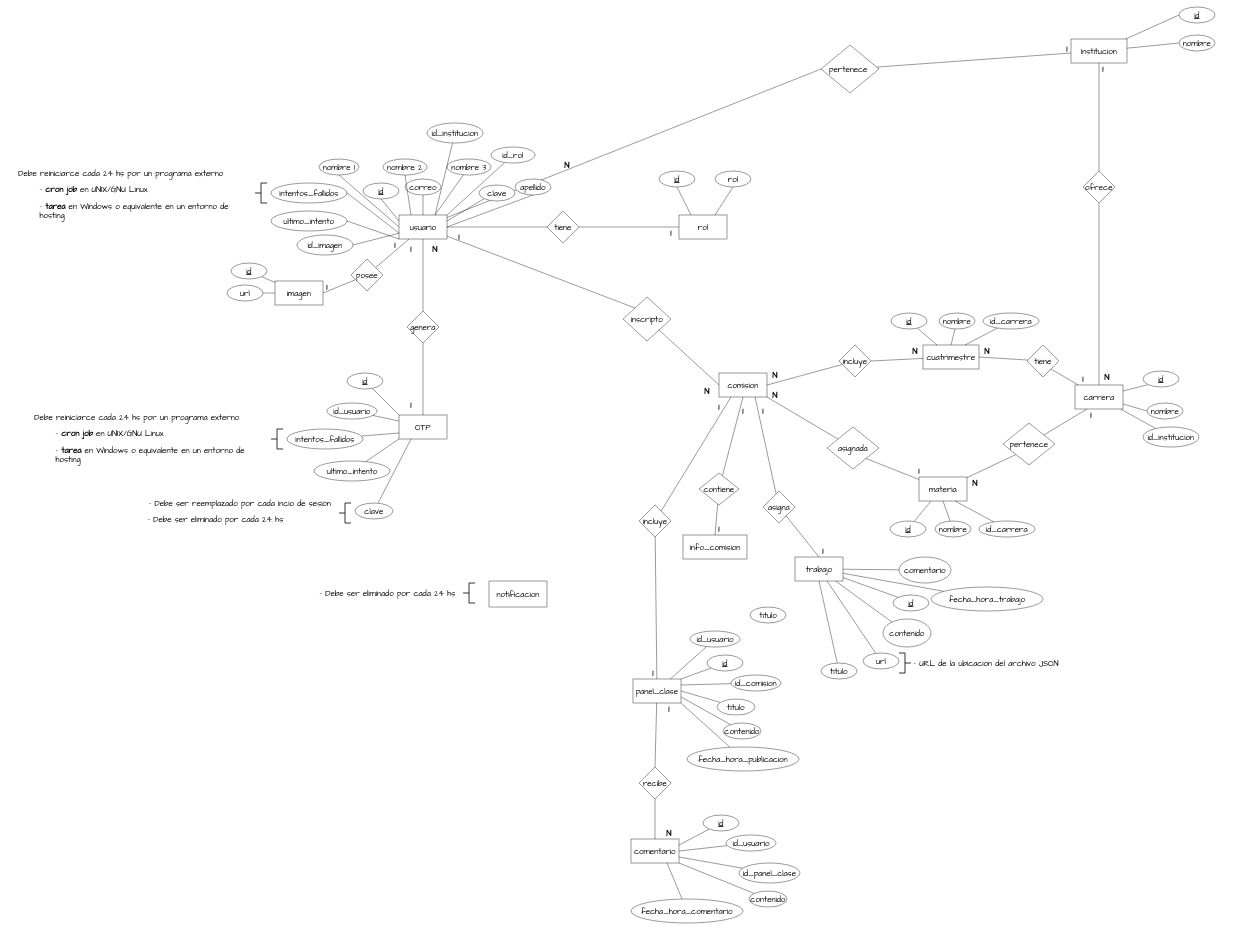
Above: der.drawio in pr1mus-h4ck/diagramas (draw.io), before the change. Source tidied: cells renumbered, new cells numbered last; positions are measured from the earlier drawing's top-left corner, leaving out a move shared by most shapes. Both pictures are drawn from the tidied source at 40%, with x=0, y=0 at pixel (7, 7).
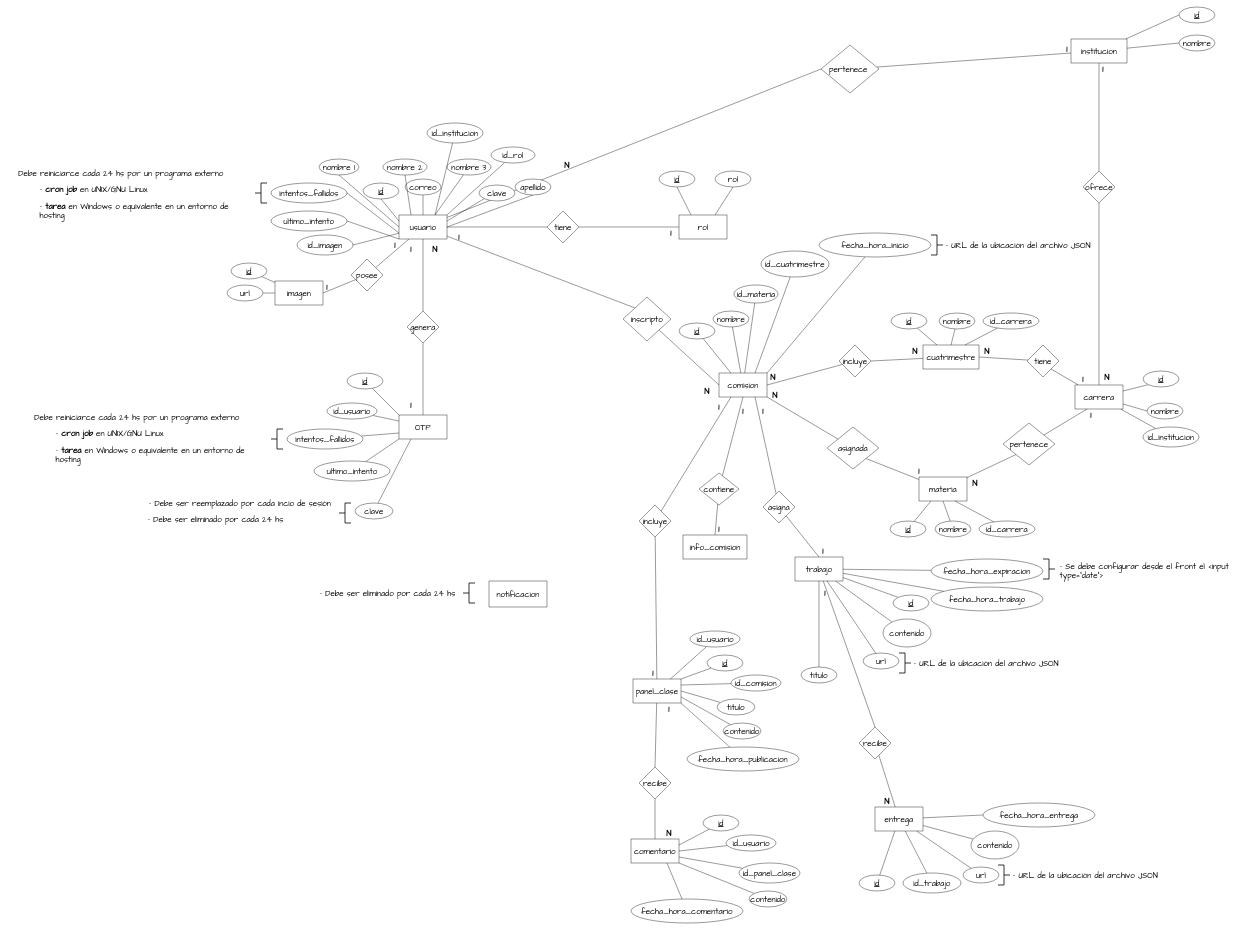
The same diagram, later.

The change refers to these unchanged cells:
```xml
<mxCell id="67" value="comision" style="rounded=0;whiteSpace=wrap;html=1;hachureGap=4;fontFamily=Architects Daughter;fontSize=20;fillColor=default;gradientColor=none;strokeColor=default;glass=0;shadow=0;" parent="1" vertex="1">
  <mxGeometry x="1780" y="915" width="120" height="60" as="geometry" />
</mxCell>
<mxCell id="85" value="trabajo" style="rounded=0;whiteSpace=wrap;html=1;hachureGap=4;fontFamily=Architects Daughter;fontSize=20;fillColor=default;gradientColor=none;strokeColor=default;glass=0;shadow=0;" parent="1" vertex="1">
  <mxGeometry x="1970" y="1375" width="120" height="60" as="geometry" />
</mxCell>
```

Diff of the diagram source:
```diff
@@
-    <mxCell id="83" style="edgeStyle=none;html=1;endArrow=none;endFill=0;" parent="1" edge="1" source="85" target="191">
-      <mxGeometry relative="1" as="geometry" />
-    </mxCell>
@@
+    <mxCell id="200" style="edgeStyle=none;html=1;endArrow=none;endFill=0;" parent="1" edge="1" source="85" target="202">
+      <mxGeometry relative="1" as="geometry" />
+    </mxCell>
+    <mxCell id="201" style="edgeStyle=none;html=1;entryX=0.5;entryY=0;entryDx=0;entryDy=0;endArrow=none;endFill=0;" parent="1" edge="1" source="85" target="212">
+      <mxGeometry relative="1" as="geometry" />
+    </mxCell>
@@
     <mxCell id="101" value="N" style="text;html=1;strokeColor=none;fillColor=none;align=center;verticalAlign=middle;whiteSpace=wrap;rounded=0;shadow=0;glass=0;sketch=0;hachureGap=4;jiggle=2;curveFitting=1;fontFamily=Architects Daughter;fontSize=20;fontStyle=1;" parent="1" vertex="1">
-      <mxGeometry x="1890" y="905" width="60" height="30" as="geometry" />
+      <mxGeometry x="1885" y="910" width="60" height="30" as="geometry" />
     </mxCell>
@@
-    <mxCell id="189" value="titulo" style="ellipse;whiteSpace=wrap;html=1;rounded=0;shadow=0;glass=0;sketch=0;hachureGap=4;jiggle=2;curveFitting=1;strokeColor=default;fontFamily=Architects Daughter;fontSize=20;fillColor=default;gradientColor=none;" parent="1" vertex="1">
-      <mxGeometry x="1857.5" y="1500" width="90" height="40" as="geometry" />
-    </mxCell>
@@
-    <mxCell id="191" value="comentario" style="ellipse;whiteSpace=wrap;html=1;rounded=0;shadow=0;glass=0;sketch=0;hachureGap=4;jiggle=2;curveFitting=1;strokeColor=default;fontFamily=Architects Daughter;fontSize=20;fillColor=default;gradientColor=none;" parent="1" vertex="1">
-      <mxGeometry x="2230" y="1375" width="130" height="65" as="geometry" />
-    </mxCell>
@@
     <mxCell id="193" value="titulo" style="ellipse;whiteSpace=wrap;html=1;rounded=0;shadow=0;glass=0;sketch=0;hachureGap=4;jiggle=2;curveFitting=1;strokeColor=default;fontFamily=Architects Daughter;fontSize=20;fillColor=default;gradientColor=none;" parent="1" vertex="1">
-      <mxGeometry x="2035" y="1640" width="90" height="40" as="geometry" />
+      <mxGeometry x="1985" y="1650" width="90" height="40" as="geometry" />
     </mxCell>
@@
+    <mxCell id="202" value="fecha_hora_expiracion" style="ellipse;whiteSpace=wrap;html=1;rounded=0;shadow=0;glass=0;sketch=0;hachureGap=4;jiggle=2;curveFitting=1;strokeColor=default;fontFamily=Architects Daughter;fontSize=20;fillColor=default;gradientColor=none;" parent="1" vertex="1">
+      <mxGeometry x="2310" y="1380" width="280" height="60" as="geometry" />
+    </mxCell>
+    <mxCell id="203" style="strokeWidth=2;html=1;shape=mxgraph.flowchart.annotation_2;align=left;labelPosition=right;rounded=0;shadow=0;glass=0;sketch=0;hachureGap=4;jiggle=2;curveFitting=1;strokeColor=default;fontFamily=Architects Daughter;fontSize=20;fillColor=default;gradientColor=none;rotation=-180;" parent="1" vertex="1">
+      <mxGeometry x="2590" y="1380" width="30" height="50" as="geometry" />
+    </mxCell>
+    <mxCell id="204" value="- Se debe configurar desde el front el&amp;nbsp;&amp;lt;input type=&quot;date&quot;&amp;gt;&amp;nbsp;" style="text;html=1;strokeColor=none;fillColor=none;align=left;verticalAlign=middle;whiteSpace=wrap;rounded=0;shadow=0;glass=0;sketch=0;hachureGap=4;jiggle=2;curveFitting=1;fontFamily=Architects Daughter;fontSize=20;" parent="1" vertex="1">
+      <mxGeometry x="2630" y="1395" width="470" height="30" as="geometry" />
+    </mxCell>
+    <mxCell id="205" style="edgeStyle=none;html=1;endArrow=none;endFill=0;" parent="1" edge="1" source="210" target="215">
+      <mxGeometry relative="1" as="geometry" />
+    </mxCell>
+    <mxCell id="206" style="edgeStyle=none;html=1;endArrow=none;endFill=0;" parent="1" edge="1" source="210" target="216">
+      <mxGeometry relative="1" as="geometry" />
+    </mxCell>
+    <mxCell id="207" style="edgeStyle=none;html=1;endArrow=none;endFill=0;" parent="1" edge="1" source="210" target="217">
+      <mxGeometry relative="1" as="geometry" />
+    </mxCell>
+    <mxCell id="208" style="edgeStyle=none;html=1;endArrow=none;endFill=0;" parent="1" edge="1" source="210" target="218">
+      <mxGeometry relative="1" as="geometry" />
+    </mxCell>
+    <mxCell id="209" style="edgeStyle=none;html=1;entryX=0;entryY=0.5;entryDx=0;entryDy=0;endArrow=none;endFill=0;" parent="1" edge="1" source="210" target="219">
+      <mxGeometry relative="1" as="geometry" />
+    </mxCell>
+    <mxCell id="210" value="entrega" style="rounded=0;whiteSpace=wrap;html=1;hachureGap=4;fontFamily=Architects Daughter;fontSize=20;fillColor=default;gradientColor=none;strokeColor=default;glass=0;shadow=0;" parent="1" vertex="1">
+      <mxGeometry x="2170" y="2000" width="120" height="60" as="geometry" />
+    </mxCell>
+    <mxCell id="211" style="edgeStyle=none;html=1;endArrow=none;endFill=0;" parent="1" edge="1" source="212" target="210">
+      <mxGeometry relative="1" as="geometry" />
+    </mxCell>
+    <mxCell id="212" value="recibe" style="rhombus;whiteSpace=wrap;html=1;rounded=0;shadow=0;glass=0;sketch=0;hachureGap=4;jiggle=2;curveFitting=1;strokeColor=default;fontFamily=Architects Daughter;fontSize=20;fillColor=default;gradientColor=none;" parent="1" vertex="1">
+      <mxGeometry x="2130" y="1800" width="80" height="80" as="geometry" />
+    </mxCell>
+    <mxCell id="213" value="1" style="text;html=1;strokeColor=none;fillColor=none;align=center;verticalAlign=middle;whiteSpace=wrap;rounded=0;shadow=0;glass=0;sketch=0;hachureGap=4;jiggle=2;curveFitting=1;fontFamily=Architects Daughter;fontSize=20;fontStyle=1;" parent="1" vertex="1">
+      <mxGeometry x="2015" y="1450" width="60" height="30" as="geometry" />
+    </mxCell>
+    <mxCell id="214" value="N" style="text;html=1;strokeColor=none;fillColor=none;align=center;verticalAlign=middle;whiteSpace=wrap;rounded=0;shadow=0;glass=0;sketch=0;hachureGap=4;jiggle=2;curveFitting=1;fontFamily=Architects Daughter;fontSize=20;fontStyle=1;" parent="1" vertex="1">
+      <mxGeometry x="2170" y="1970" width="60" height="30" as="geometry" />
+    </mxCell>
+    <mxCell id="215" value="id_trabajo" style="ellipse;whiteSpace=wrap;html=1;rounded=0;shadow=0;glass=0;sketch=0;hachureGap=4;jiggle=2;curveFitting=1;strokeColor=default;fontFamily=Architects Daughter;fontSize=20;fillColor=default;gradientColor=none;" parent="1" vertex="1">
+      <mxGeometry x="2240" y="2165" width="145" height="50" as="geometry" />
+    </mxCell>
+    <mxCell id="216" value="id" style="ellipse;whiteSpace=wrap;html=1;rounded=0;shadow=0;glass=0;sketch=0;hachureGap=4;jiggle=2;curveFitting=1;strokeColor=default;fontFamily=Architects Daughter;fontSize=20;fillColor=default;gradientColor=none;fontStyle=4;" parent="1" vertex="1">
+      <mxGeometry x="2130" y="2170" width="90" height="40" as="geometry" />
+    </mxCell>
+    <mxCell id="217" value="url" style="ellipse;whiteSpace=wrap;html=1;rounded=0;shadow=0;glass=0;sketch=0;hachureGap=4;jiggle=2;curveFitting=1;strokeColor=default;fontFamily=Architects Daughter;fontSize=20;fillColor=default;gradientColor=none;" parent="1" vertex="1">
+      <mxGeometry x="2390" y="2150" width="90" height="40" as="geometry" />
+    </mxCell>
+    <mxCell id="218" value="contenido" style="ellipse;whiteSpace=wrap;html=1;rounded=0;shadow=0;glass=0;sketch=0;hachureGap=4;jiggle=2;curveFitting=1;strokeColor=default;fontFamily=Architects Daughter;fontSize=20;fillColor=default;gradientColor=none;" parent="1" vertex="1">
+      <mxGeometry x="2410" y="2060" width="120" height="70" as="geometry" />
+    </mxCell>
+    <mxCell id="219" value="fecha_hora_entrega" style="ellipse;whiteSpace=wrap;html=1;rounded=0;shadow=0;glass=0;sketch=0;hachureGap=4;jiggle=2;curveFitting=1;strokeColor=default;fontFamily=Architects Daughter;fontSize=20;fillColor=default;gradientColor=none;" parent="1" vertex="1">
+      <mxGeometry x="2440" y="1990" width="280" height="60" as="geometry" />
+    </mxCell>
+    <mxCell id="220" style="strokeWidth=2;html=1;shape=mxgraph.flowchart.annotation_2;align=left;labelPosition=right;rounded=0;shadow=0;glass=0;sketch=0;hachureGap=4;jiggle=2;curveFitting=1;strokeColor=default;fontFamily=Architects Daughter;fontSize=20;fillColor=default;gradientColor=none;rotation=-180;" parent="1" vertex="1">
+      <mxGeometry x="2477.5" y="2145" width="30" height="50" as="geometry" />
+    </mxCell>
+    <mxCell id="221" value="- URL de la ubicación del archivo JSON&amp;nbsp;" style="text;html=1;strokeColor=none;fillColor=none;align=left;verticalAlign=middle;whiteSpace=wrap;rounded=0;shadow=0;glass=0;sketch=0;hachureGap=4;jiggle=2;curveFitting=1;fontFamily=Architects Daughter;fontSize=20;" parent="1" vertex="1">
+      <mxGeometry x="2512.5" y="2155" width="470" height="30" as="geometry" />
+    </mxCell>
+    <mxCell id="222" style="edgeStyle=none;html=1;endArrow=none;endFill=0;entryX=0.25;entryY=0;entryDx=0;entryDy=0;" parent="1" edge="1" source="223" target="67">
+      <mxGeometry relative="1" as="geometry" />
+    </mxCell>
+    <mxCell id="223" value="id" style="ellipse;whiteSpace=wrap;html=1;rounded=0;shadow=0;glass=0;sketch=0;hachureGap=4;jiggle=2;curveFitting=1;strokeColor=default;fontFamily=Architects Daughter;fontSize=20;fillColor=default;gradientColor=none;fontStyle=4;" parent="1" vertex="1">
+      <mxGeometry x="1680" y="790" width="90" height="40" as="geometry" />
+    </mxCell>
+    <mxCell id="224" style="edgeStyle=none;html=1;endArrow=none;endFill=0;" parent="1" edge="1" source="225" target="67">
+      <mxGeometry relative="1" as="geometry" />
+    </mxCell>
+    <mxCell id="225" value="nombre" style="ellipse;whiteSpace=wrap;html=1;rounded=0;shadow=0;glass=0;sketch=0;hachureGap=4;jiggle=2;curveFitting=1;strokeColor=default;fontFamily=Architects Daughter;fontSize=20;fillColor=default;gradientColor=none;" parent="1" vertex="1">
+      <mxGeometry x="1765" y="760" width="90" height="40" as="geometry" />
+    </mxCell>
+    <mxCell id="226" style="edgeStyle=none;html=1;endArrow=none;endFill=0;" parent="1" edge="1" source="227" target="67">
+      <mxGeometry relative="1" as="geometry" />
+    </mxCell>
+    <mxCell id="227" value="id_materia" style="ellipse;whiteSpace=wrap;html=1;rounded=0;shadow=0;glass=0;sketch=0;hachureGap=4;jiggle=2;curveFitting=1;strokeColor=default;fontFamily=Architects Daughter;fontSize=20;fillColor=default;gradientColor=none;" parent="1" vertex="1">
+      <mxGeometry x="1817.5" y="695" width="110" height="45" as="geometry" />
+    </mxCell>
+    <mxCell id="228" style="edgeStyle=none;html=1;entryX=0.75;entryY=0;entryDx=0;entryDy=0;endArrow=none;endFill=0;" parent="1" edge="1" source="229" target="67">
+      <mxGeometry relative="1" as="geometry" />
+    </mxCell>
+    <mxCell id="229" value="id_cuatrimestre" style="ellipse;whiteSpace=wrap;html=1;rounded=0;shadow=0;glass=0;sketch=0;hachureGap=4;jiggle=2;curveFitting=1;strokeColor=default;fontFamily=Architects Daughter;fontSize=20;fillColor=default;gradientColor=none;" parent="1" vertex="1">
+      <mxGeometry x="1885" y="610" width="170" height="65" as="geometry" />
+    </mxCell>
+    <mxCell id="230" style="edgeStyle=none;html=1;entryX=1;entryY=0;entryDx=0;entryDy=0;endArrow=none;endFill=0;" parent="1" edge="1" source="231" target="67">
+      <mxGeometry relative="1" as="geometry" />
+    </mxCell>
+    <mxCell id="231" value="fecha_hora_inicio" style="ellipse;whiteSpace=wrap;html=1;rounded=0;shadow=0;glass=0;sketch=0;hachureGap=4;jiggle=2;curveFitting=1;strokeColor=default;fontFamily=Architects Daughter;fontSize=20;fillColor=default;gradientColor=none;" parent="1" vertex="1">
+      <mxGeometry x="2030" y="565" width="280" height="60" as="geometry" />
+    </mxCell>
+    <mxCell id="232" style="strokeWidth=2;html=1;shape=mxgraph.flowchart.annotation_2;align=left;labelPosition=right;rounded=0;shadow=0;glass=0;sketch=0;hachureGap=4;jiggle=2;curveFitting=1;strokeColor=default;fontFamily=Architects Daughter;fontSize=20;fillColor=default;gradientColor=none;rotation=-180;" parent="1" vertex="1">
+      <mxGeometry x="2310" y="570" width="30" height="50" as="geometry" />
+    </mxCell>
+    <mxCell id="233" value="- URL de la ubicación del archivo JSON&amp;nbsp;" style="text;html=1;strokeColor=none;fillColor=none;align=left;verticalAlign=middle;whiteSpace=wrap;rounded=0;shadow=0;glass=0;sketch=0;hachureGap=4;jiggle=2;curveFitting=1;fontFamily=Architects Daughter;fontSize=20;" parent="1" vertex="1">
+      <mxGeometry x="2345" y="580" width="470" height="30" as="geometry" />
+    </mxCell>
```
